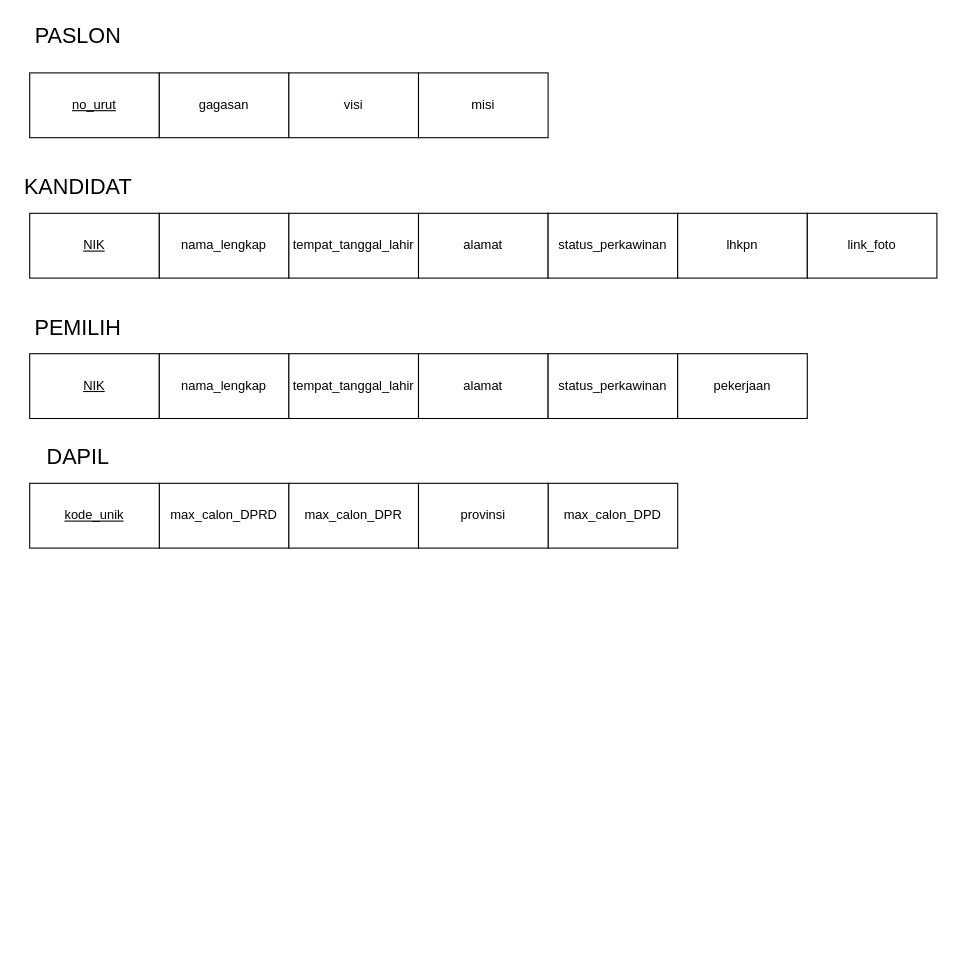
Above: TI_2_coba.drawio in thirza258/draw.io (draw.io), before the change. Source tidied: cells renumbered, new cells numbered last; positions are measured from the earlier drawing's top-left corner, leaving out a move shared by most shapes. Both pictures are drawn from the tidied source at 108%, with x=0, y=0 at pixel (18, 18).
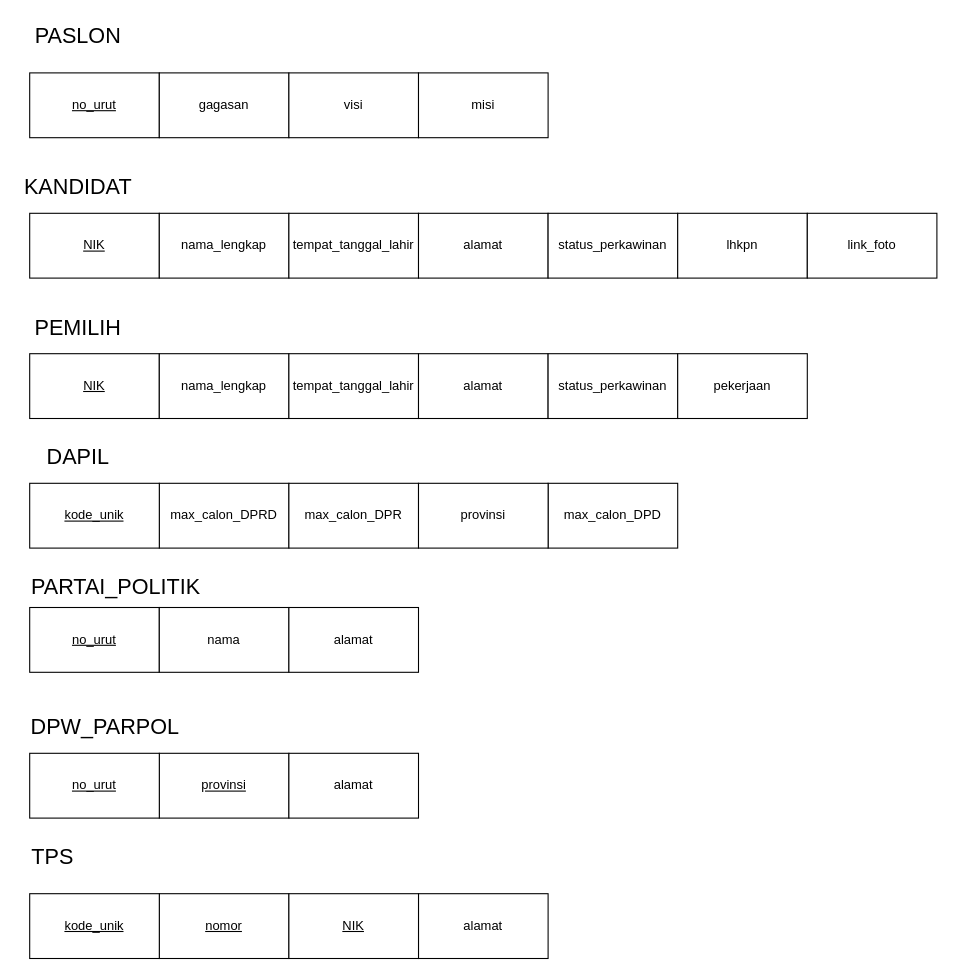
The same diagram, later.

Diff of the diagram source:
```diff
@@
+    <mxCell id="28" value="no_urut" style="rounded=0;whiteSpace=wrap;html=1;fontStyle=4;" parent="1" vertex="1">
+      <mxGeometry x="10" y="545" width="120" height="60" as="geometry" />
+    </mxCell>
+    <mxCell id="29" value="nama" style="rounded=0;whiteSpace=wrap;html=1;" parent="1" vertex="1">
+      <mxGeometry x="130" y="545" width="120" height="60" as="geometry" />
+    </mxCell>
+    <mxCell id="30" value="alamat" style="rounded=0;whiteSpace=wrap;html=1;" parent="1" vertex="1">
+      <mxGeometry x="250" y="545" width="120" height="60" as="geometry" />
+    </mxCell>
+    <mxCell id="31" value="PARTAI_POLITIK" style="text;html=1;align=center;verticalAlign=middle;whiteSpace=wrap;rounded=0;fontSize=20;" parent="1" vertex="1">
+      <mxGeometry x="10" y="510" width="160" height="30" as="geometry" />
+    </mxCell>
+    <mxCell id="32" value="provinsi" style="rounded=0;whiteSpace=wrap;html=1;fontStyle=4;" parent="1" vertex="1">
+      <mxGeometry x="130" y="680" width="120" height="60" as="geometry" />
+    </mxCell>
+    <mxCell id="33" value="no_urut" style="rounded=0;whiteSpace=wrap;html=1;fontStyle=4;" parent="1" vertex="1">
+      <mxGeometry x="10" y="680" width="120" height="60" as="geometry" />
+    </mxCell>
+    <mxCell id="34" value="alamat" style="rounded=0;whiteSpace=wrap;html=1;" parent="1" vertex="1">
+      <mxGeometry x="250" y="680" width="120" height="60" as="geometry" />
+    </mxCell>
+    <mxCell id="35" value="DPW_PARPOL" style="text;html=1;align=center;verticalAlign=middle;whiteSpace=wrap;rounded=0;fontSize=20;" parent="1" vertex="1">
+      <mxGeometry y="640" width="160" height="30" as="geometry" />
+    </mxCell>
+    <mxCell id="36" value="alamat" style="rounded=0;whiteSpace=wrap;html=1;" parent="1" vertex="1">
+      <mxGeometry x="370" y="810" width="120" height="60" as="geometry" />
+    </mxCell>
+    <mxCell id="37" value="nomor" style="rounded=0;whiteSpace=wrap;html=1;fontStyle=4;" parent="1" vertex="1">
+      <mxGeometry x="130" y="810" width="120" height="60" as="geometry" />
+    </mxCell>
+    <mxCell id="38" value="kode_unik" style="rounded=0;whiteSpace=wrap;html=1;fontStyle=4;" parent="1" vertex="1">
+      <mxGeometry x="10" y="810" width="120" height="60" as="geometry" />
+    </mxCell>
+    <mxCell id="39" value="TPS" style="text;html=1;align=left;verticalAlign=middle;whiteSpace=wrap;rounded=0;fontSize=20;" parent="1" vertex="1">
+      <mxGeometry x="10" y="760" width="160" height="30" as="geometry" />
+    </mxCell>
+    <mxCell id="40" value="NIK" style="rounded=0;whiteSpace=wrap;html=1;fontStyle=4;" parent="1" vertex="1">
+      <mxGeometry x="250" y="810" width="120" height="60" as="geometry" />
+    </mxCell>
```
